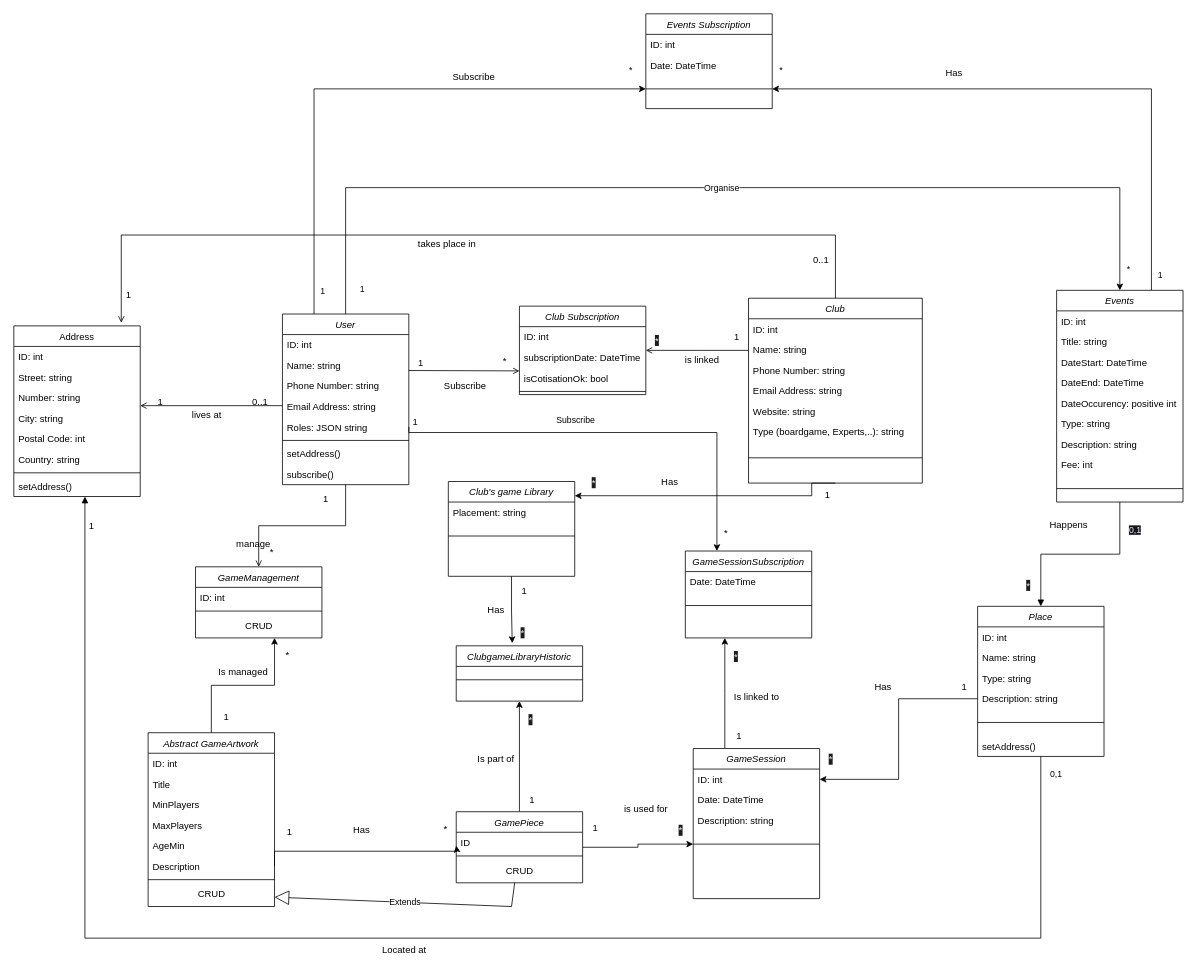
Dj3ni/I3_ProjetSymphony keeps this draw.io diagram as doc/analyseUML.drawio. Above is the earlier version. Source tidied: cells renumbered, new cells numbered last; positions are measured from the earlier drawing's top-left corner, leaving out a move shared by most shapes. Both pictures are drawn from the tidied source at 79%, with x=0, y=0 at pixel (13, 13).
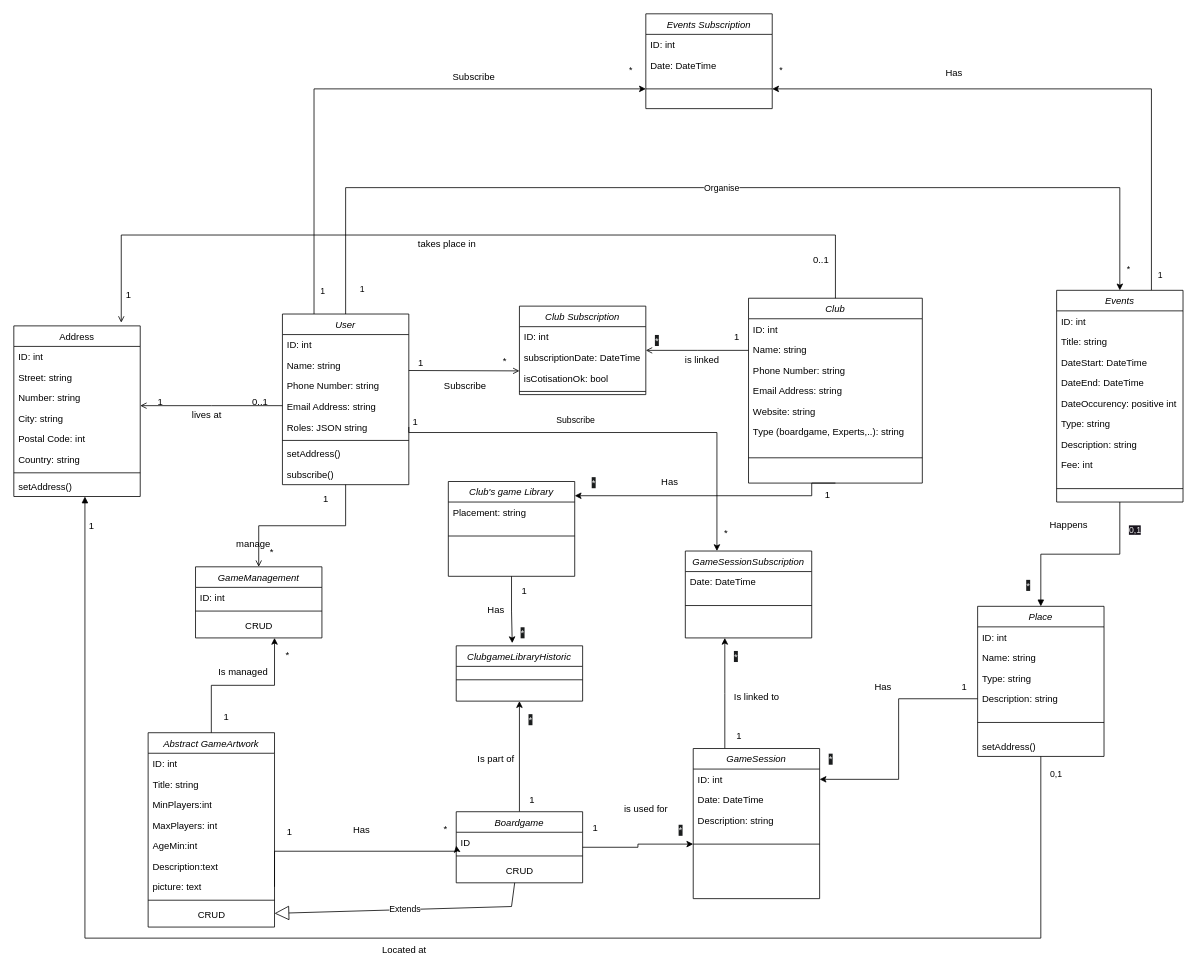
The same diagram, later.

Commit message (it also covers changes not shown here):
adjustments class diagram

Change to the diagram source:
```diff
@@
     <mxCell id="93" value="Abstract GameArtwork" style="swimlane;fontStyle=2;align=center;verticalAlign=top;horizontal=1;startSize=26;rounded=0;shadow=0;strokeWidth=1;" parent="1" vertex="1">
-      <mxGeometry x="170" y="910" width="160" height="220" as="geometry" />
+      <mxGeometry x="170" y="910" width="160" height="246" as="geometry" />
     </mxCell>
@@
-    <mxCell id="95" value="Title" style="text;strokeColor=none;fillColor=none;align=left;verticalAlign=top;spacingLeft=4;spacingRight=4;overflow=hidden;whiteSpace=wrap;html=1;" parent="93" vertex="1">
+    <mxCell id="95" value="Title: string" style="text;strokeColor=none;fillColor=none;align=left;verticalAlign=top;spacingLeft=4;spacingRight=4;overflow=hidden;whiteSpace=wrap;html=1;" parent="93" vertex="1">
       <mxGeometry y="52" width="160" height="26" as="geometry" />
     </mxCell>
-    <mxCell id="96" value="MinPlayers" style="text;strokeColor=none;fillColor=none;align=left;verticalAlign=top;spacingLeft=4;spacingRight=4;overflow=hidden;whiteSpace=wrap;html=1;" parent="93" vertex="1">
+    <mxCell id="96" value="MinPlayers:int" style="text;strokeColor=none;fillColor=none;align=left;verticalAlign=top;spacingLeft=4;spacingRight=4;overflow=hidden;whiteSpace=wrap;html=1;" parent="93" vertex="1">
       <mxGeometry y="78" width="160" height="26" as="geometry" />
     </mxCell>
-    <mxCell id="97" value="MaxPlayers" style="text;strokeColor=none;fillColor=none;align=left;verticalAlign=top;spacingLeft=4;spacingRight=4;overflow=hidden;whiteSpace=wrap;html=1;" parent="93" vertex="1">
+    <mxCell id="97" value="MaxPlayers: int" style="text;strokeColor=none;fillColor=none;align=left;verticalAlign=top;spacingLeft=4;spacingRight=4;overflow=hidden;whiteSpace=wrap;html=1;" parent="93" vertex="1">
       <mxGeometry y="104" width="160" height="26" as="geometry" />
     </mxCell>
-    <mxCell id="98" value="AgeMin" style="text;strokeColor=none;fillColor=none;align=left;verticalAlign=top;spacingLeft=4;spacingRight=4;overflow=hidden;whiteSpace=wrap;html=1;" parent="93" vertex="1">
+    <mxCell id="98" value="AgeMin:int" style="text;strokeColor=none;fillColor=none;align=left;verticalAlign=top;spacingLeft=4;spacingRight=4;overflow=hidden;whiteSpace=wrap;html=1;" parent="93" vertex="1">
       <mxGeometry y="130" width="160" height="26" as="geometry" />
     </mxCell>
+    <mxCell id="162" value="Description:text" style="text;strokeColor=none;fillColor=none;align=left;verticalAlign=top;spacingLeft=4;spacingRight=4;overflow=hidden;whiteSpace=wrap;html=1;" parent="93" vertex="1">
+      <mxGeometry y="156" width="160" height="26" as="geometry" />
+    </mxCell>
-    <mxCell id="99" value="Description" style="text;strokeColor=none;fillColor=none;align=left;verticalAlign=top;spacingLeft=4;spacingRight=4;overflow=hidden;points=[[0,0.5],[1,0.5]];portConstraint=eastwest;whiteSpace=wrap;html=1;" parent="93" vertex="1">
-      <mxGeometry y="156" width="160" height="26" as="geometry" />
+    <mxCell id="99" value="picture: text" style="text;strokeColor=none;fillColor=none;align=left;verticalAlign=top;spacingLeft=4;spacingRight=4;overflow=hidden;points=[[0,0.5],[1,0.5]];portConstraint=eastwest;whiteSpace=wrap;html=1;" parent="93" vertex="1">
+      <mxGeometry y="182" width="160" height="26" as="geometry" />
     </mxCell>
     <mxCell id="100" style="line;html=1;strokeWidth=1;align=left;verticalAlign=middle;spacingTop=-1;spacingLeft=3;spacingRight=3;labelPosition=right;" parent="93" vertex="1">
-      <mxGeometry y="182" width="160" height="8" as="geometry" />
+      <mxGeometry y="208" width="160" height="8" as="geometry" />
     </mxCell>
     <mxCell id="101" value="CRUD" style="text;html=1;align=center;verticalAlign=middle;points=[];strokeColor=none;fillColor=none;" parent="93" vertex="1">
-      <mxGeometry y="190" width="160" height="30" as="geometry" />
+      <mxGeometry y="216" width="160" height="30" as="geometry" />
     </mxCell>
@@
-    <mxCell id="104" value="GamePiece" style="swimlane;fontStyle=2;align=center;verticalAlign=top;horizontal=1;startSize=26;rounded=0;shadow=0;strokeWidth=1;" parent="1" vertex="1">
+    <mxCell id="104" value="Boardgame" style="swimlane;fontStyle=2;align=center;verticalAlign=top;horizontal=1;startSize=26;rounded=0;shadow=0;strokeWidth=1;" parent="1" vertex="1">
       <mxGeometry x="560" y="1010" width="160" height="90" as="geometry" />
     </mxCell>
```
